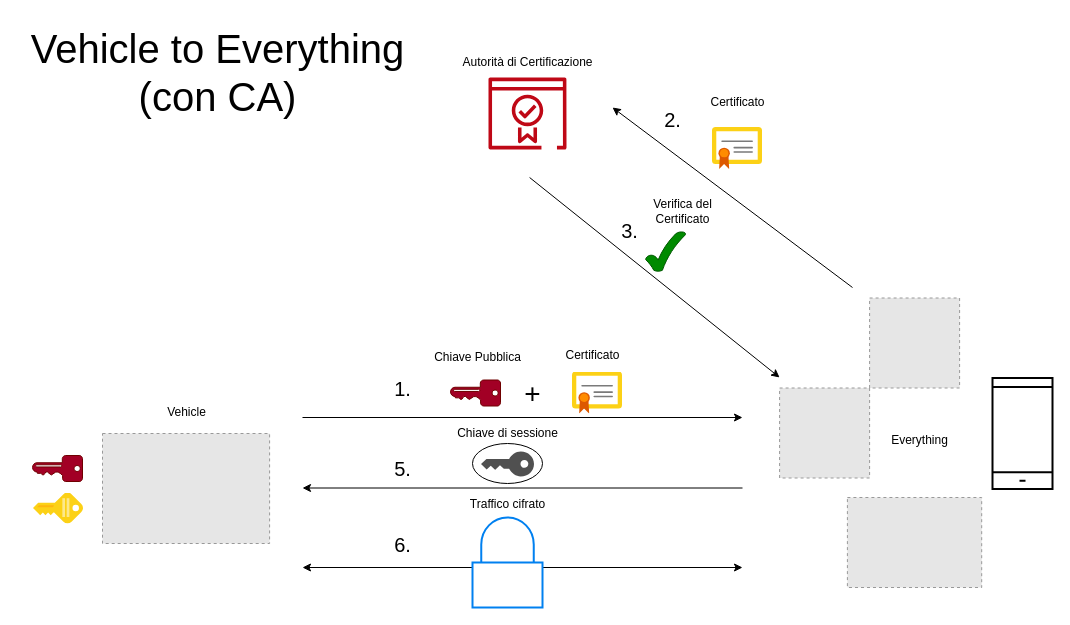
This is page "V2X certificato" (6 of 6) of Diagrammi/Schemi progetto.drawio from lorycris99/tesi-magistrale, a draw.io file, before an edit. Source tidied: cells renumbered, new cells numbered last; positions are measured from the earlier drawing's top-left corner, leaving out a move shared by most shapes. Both pictures are drawn from the tidied source at 100%, with x=0, y=0 at pixel (17, 17). Pictures stored in the file or linked from it are replaced by grey dashed boxes.
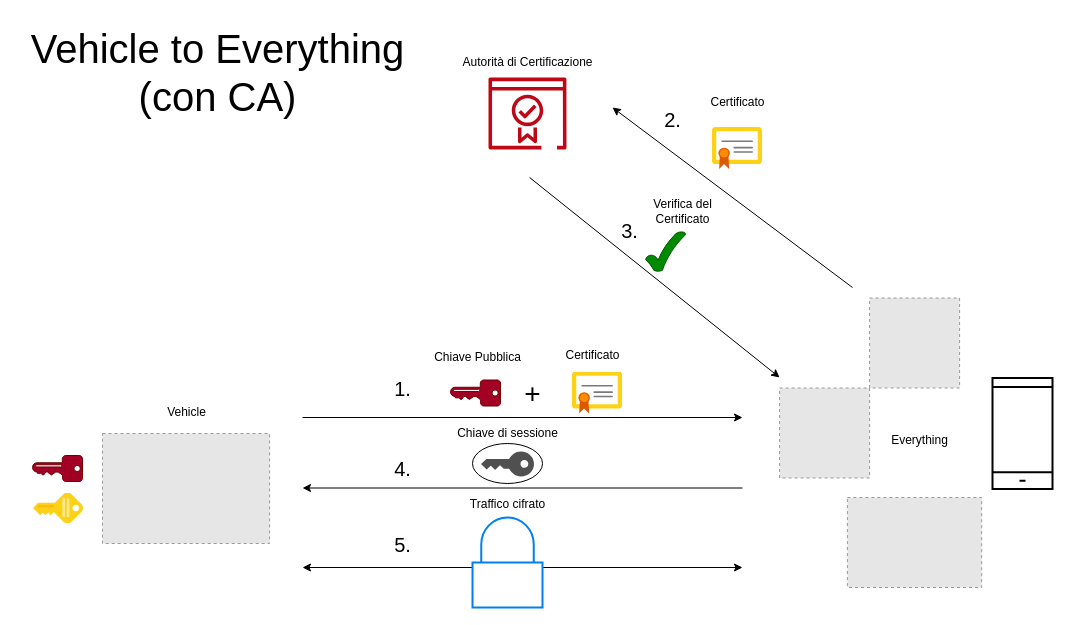
After the change.

Change to the diagram source:
```diff
@@
-    <mxCell id="22" value="&lt;font style=&quot;font-size: 20px;&quot;&gt;6.&lt;/font&gt;" style="text;html=1;align=center;verticalAlign=middle;strokeColor=none;fillColor=none;" parent="1" vertex="1">
+    <mxCell id="22" value="&lt;font style=&quot;font-size: 20px;&quot;&gt;5.&lt;/font&gt;" style="text;html=1;align=center;verticalAlign=middle;strokeColor=none;fillColor=none;" parent="1" vertex="1">
       <mxGeometry x="365" y="506.5" width="40" height="40" as="geometry" />
     </mxCell>
@@
-    <mxCell id="25" value="&lt;font style=&quot;font-size: 20px;&quot;&gt;5.&lt;/font&gt;" style="text;html=1;align=center;verticalAlign=middle;strokeColor=none;fillColor=none;" parent="1" vertex="1">
+    <mxCell id="25" value="&lt;font style=&quot;font-size: 20px;&quot;&gt;4.&lt;/font&gt;" style="text;html=1;align=center;verticalAlign=middle;strokeColor=none;fillColor=none;" parent="1" vertex="1">
       <mxGeometry x="365" y="431" width="40" height="40" as="geometry" />
     </mxCell>
```
